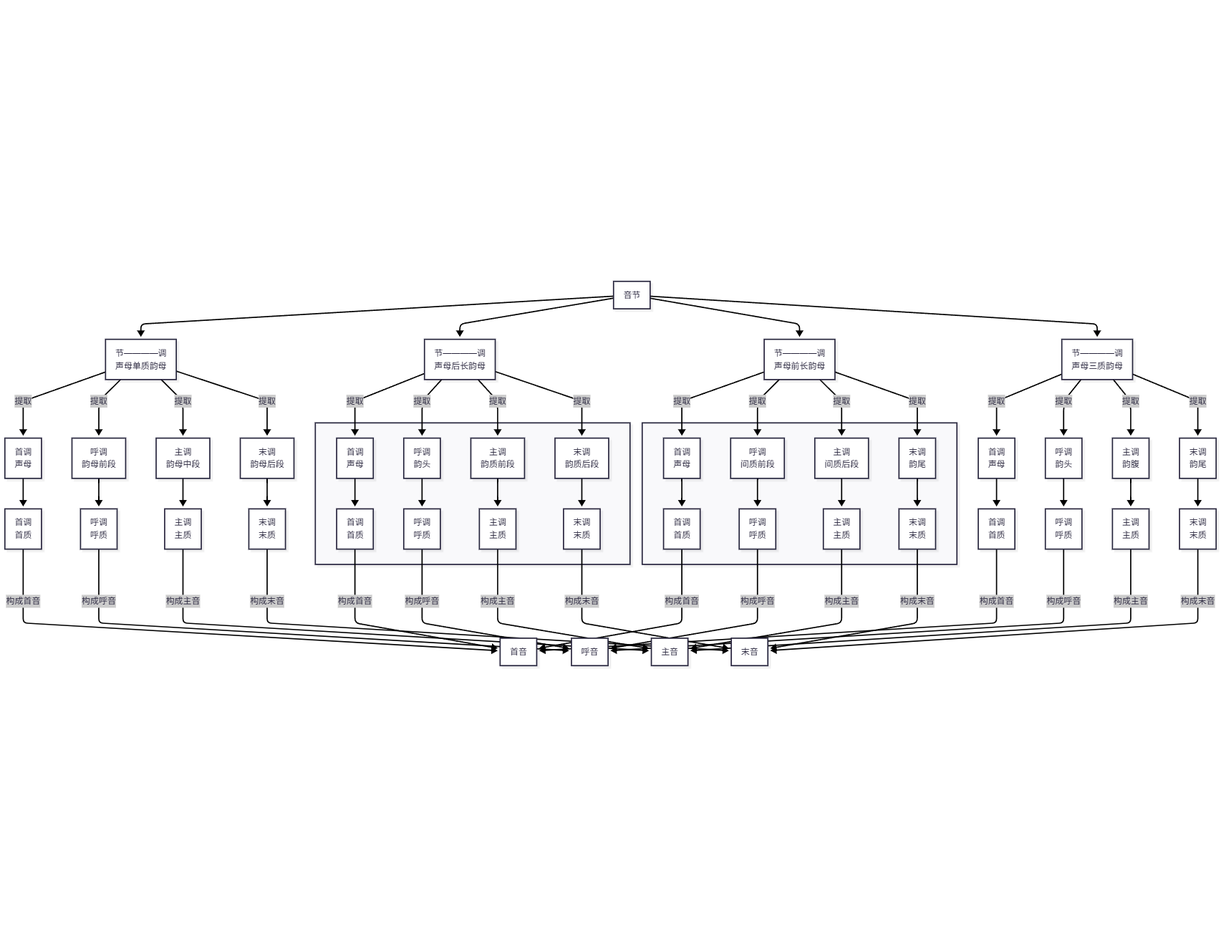
tsaanghwang/Yime-prototype keeps this Mermaid diagram as YIME_Theory/flowchart/间接音元分析一式.png. Above is the earlier version. Its source is kept beside it as YIME_Theory/flowchart/间接音元分析一式.mmd.
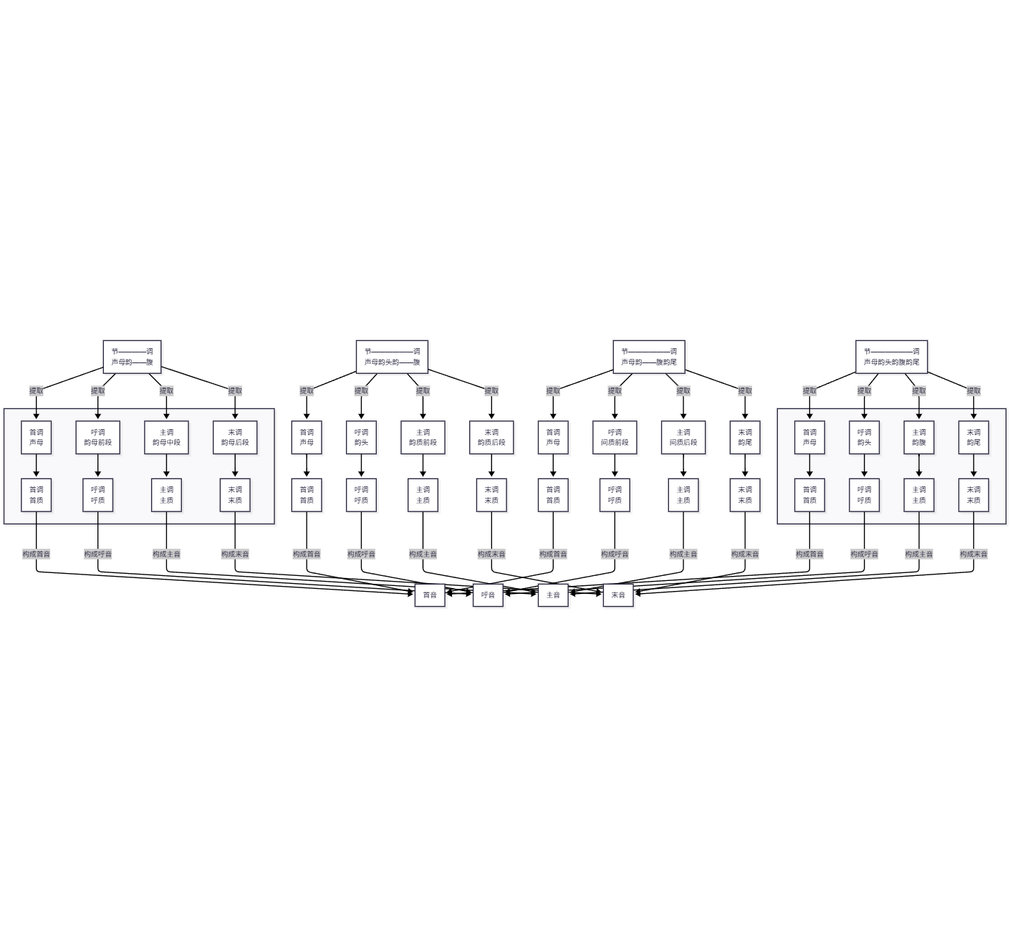
After the change.

Diff of the diagram source:
```diff
@@ -1,13 +1,25 @@
 graph TB
-    A[音节] --> B[节————调<br>声母单质韵母]
-    A --> C[节————调<br>声母后长韵母]
-    A --> D[节————调<br>声母前长韵母]
-    A --> E[节————调<br>声母三质韵母]
+    A[节————调<br>声母韵——腹]
+    B[节——————调<br>声母韵头韵——腹]
+    C[节——————调<br>声母韵——腹韵尾]
+    D[节——————调<br>声母韵头韵腹韵尾]
+
+    A --> |提取|A1[首调<br>声母]
+    A --> |提取|A2[呼调<br>韵母前段]
+    A --> |提取|A3[主调<br>韵母中段]
+    A --> |提取|A4[末调<br>韵母后段]
+
+    subgraph 单干音节[ ]
+    A1 --> A5[首调<br>首质]
+    A2 --> A6[呼调<br>呼质]
+    A3 --> A7[主调<br>主质]
+    A4 --> A8[末调<br>末质]
+    end
 
     B --> |提取|B1[首调<br>声母]
-    B --> |提取|B2[呼调<br>韵母前段]
-    B --> |提取|B3[主调<br>韵母中段]
-    B --> |提取|B4[末调<br>韵母后段]
+    B --> |提取|B2[呼调<br>韵头]
+    B --> |提取|B3[主调<br>韵质前段]
+    B --> |提取|B4[末调<br>韵质后段]
 
     B1 --> B5[首调<br>首质]
     B2 --> B6[呼调<br>呼质]
@@ -15,54 +27,43 @@
     B4 --> B8[末调<br>末质]
 
     C --> |提取|C1[首调<br>声母]
-    C --> |提取|C2[呼调<br>韵头]
-    C --> |提取|C3[主调<br>韵质前段]
-    C --> |提取|C4[末调<br>韵质后段]
-    subgraph " "
-        C1 --> C5[首调<br>首质]
-        C2 --> C6[呼调<br>呼质]
-        C3 --> C7[主调<br>主质]
-        C4 --> C8[末调<br>末质]
+    C --> |提取|C2[呼调<br>间质前段]
+    C --> |提取|C3[主调<br>间质后段]
+    C --> |提取|C4[末调<br>韵尾]
+
+    C1 --> C5[首调<br>首质]
+    C2 --> C6[呼调<br>呼质]
+    C3 --> C7[主调<br>主质]
+    C4 --> C8[末调<br>末质]
+
+    D --> |提取|D1[首调<br>声母]
+    D --> |提取|D2[呼调<br>韵头]
+    D --> |提取|D3[主调<br>韵腹]
+    D --> |提取|D4[末调<br>韵尾]
+
+    subgraph 四合音节[ ]
+    D1 --> D5[首调<br>首质]
+    D2 --> D6[呼调<br>呼质]
+    D3 --> D7[主调<br>主质]
+    D4 --> D8[末调<br>末质]
     end
 
-    D --> |提取|D1[首调<br>声母]
-    D --> |提取|D2[呼调<br>间质前段]
-    D --> |提取|D3[主调<br>间质后段]
-    D --> |提取|D4[末调<br>韵尾]
-
-    subgraph " "
-        D1 --> D5[首调<br>首质]
-        D2 --> D6[呼调<br>呼质]
-        D3 --> D7[主调<br>主质]
-        D4 --> D8[末调<br>末质]
-    end
-
-    E --> |提取|E1[首调<br>声母]
-    E --> |提取|E2[呼调<br>韵头]
-    E --> |提取|E3[主调<br>韵腹]
-    E --> |提取|E4[末调<br>韵尾]
-
-    E1 --> E5[首调<br>首质]
-    E2 --> E6[呼调<br>呼质]
-    E3 --> E7[主调<br>主质]
-    E4 --> E8[末调<br>末质]
-
+    A5 ---> |构成首音|F[首音]
     B5 ---> |构成首音|F[首音]
     C5 ---> |构成首音|F[首音]
     D5 ---> |构成首音|F[首音]
-    E5 ---> |构成首音|F[首音]
 
+    A6 ---> |构成呼音|G[呼音]
     B6 ---> |构成呼音|G[呼音]
     C6 ---> |构成呼音|G[呼音]
     D6 ---> |构成呼音|G[呼音]
-    E6 ---> |构成呼音|G[呼音]
 
+    A7 ---> |构成主音|H[主音]
     B7 ---> |构成主音|H[主音]
     C7 ---> |构成主音|H[主音]
     D7 ---> |构成主音|H[主音]
-    E7 ---> |构成主音|H[主音]
 
+    A8 ---> |构成末音|I[末音]
     B8 ---> |构成末音|I[末音]
     C8 ---> |构成末音|I[末音]
     D8 ---> |构成末音|I[末音]
-    E8 ---> |构成末音|I[末音]
```
